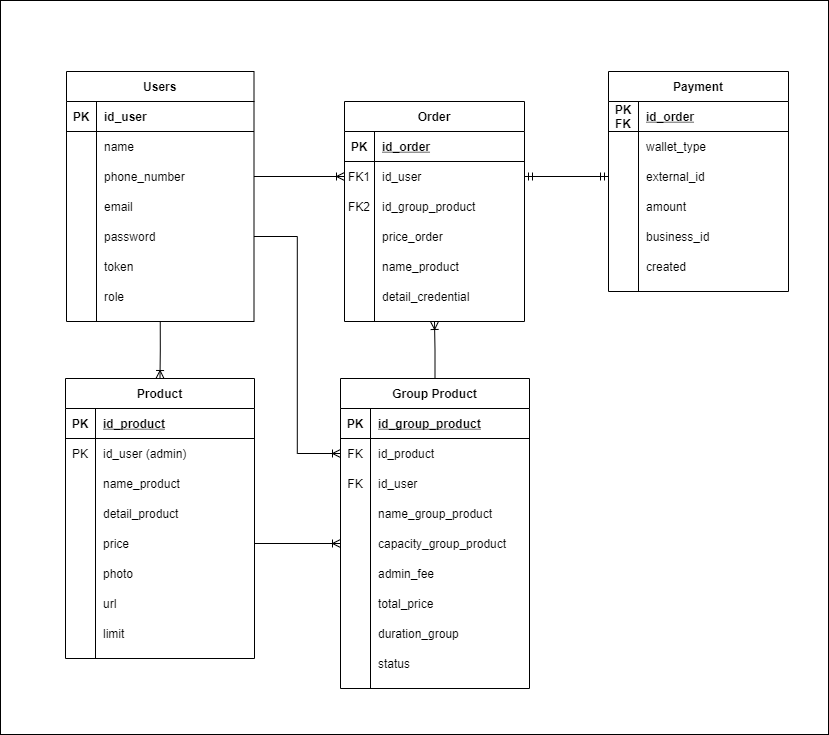
The draw.io diagram images/erd.png in iffakhry/project-capstone-be, before a commit. Source tidied: cells renumbered, new cells last; positions are measured from the earlier drawing's top-left corner, leaving out a move shared by most shapes.
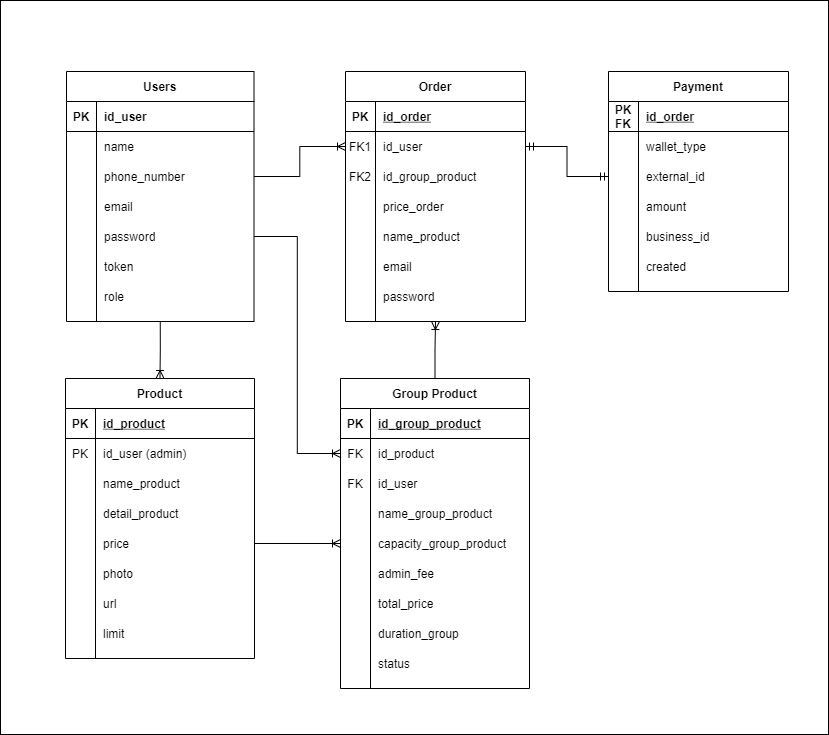
The same diagram one commit later.

Diff of the diagram source:
```diff
@@ -90,7 +90,7 @@
       <mxGeometry x="30" width="159" height="30" as="geometry" />
     </mxCell>
     <mxCell id="31" value="Order" style="shape=table;startSize=30;rowLines=0;fontStyle=1;align=center;" parent="1" vertex="1">
-      <mxGeometry x="344" y="101" width="180" height="220" as="geometry" />
+      <mxGeometry x="345" y="71" width="180" height="250" as="geometry" />
     </mxCell>
     <mxCell id="32" style="shape=partialRectangle;fillColor=none;top=0;left=0;right=0;bottom=1;" parent="31" vertex="1">
       <mxGeometry y="30" width="180" height="30" as="geometry" />
@@ -143,9 +143,18 @@
     <mxCell id="48" style="shape=partialRectangle;overflow=hidden;fillColor=none;top=0;left=0;bottom=0;right=0;" parent="47" vertex="1">
       <mxGeometry width="30" height="30" as="geometry" />
     </mxCell>
-    <mxCell id="49" value="detail_credential" style="shape=partialRectangle;overflow=hidden;fillColor=none;top=0;left=0;bottom=0;right=0;align=left;spacingLeft=6;" parent="47" vertex="1">
+    <mxCell id="49" value="email" style="shape=partialRectangle;overflow=hidden;fillColor=none;top=0;left=0;bottom=0;right=0;align=left;spacingLeft=6;" parent="47" vertex="1">
       <mxGeometry x="30" width="150" height="30" as="geometry" />
     </mxCell>
+    <mxCell id="122" style="shape=partialRectangle;fillColor=none;top=0;left=0;right=0;bottom=0;" parent="31" vertex="1">
+      <mxGeometry y="210" width="180" height="30" as="geometry" />
+    </mxCell>
+    <mxCell id="123" style="shape=partialRectangle;overflow=hidden;fillColor=none;top=0;left=0;bottom=0;right=0;" parent="122" vertex="1">
+      <mxGeometry width="30" height="30" as="geometry" />
+    </mxCell>
+    <mxCell id="124" value="password" style="shape=partialRectangle;overflow=hidden;fillColor=none;top=0;left=0;bottom=0;right=0;align=left;spacingLeft=6;" parent="122" vertex="1">
+      <mxGeometry x="30" width="150" height="30" as="geometry" />
+    </mxCell>
     <mxCell id="50" value="Users" style="shape=table;startSize=30;rowLines=0;fontStyle=1;align=center;" parent="1" vertex="1">
       <mxGeometry x="66" y="71" width="187.5" height="250" as="geometry" />
     </mxCell>
```
